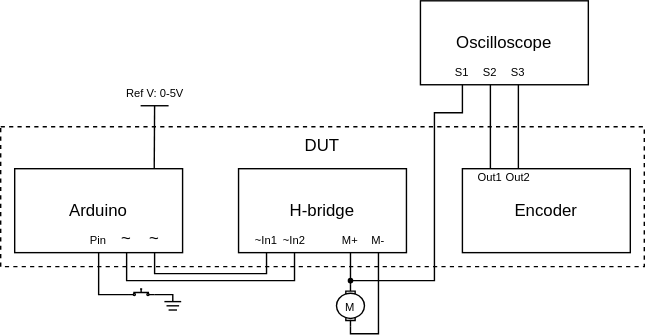
Before: gitfigures/appendix/control_tests/feedback_test/feedback_test_setup.drawio.svg, a diagram exported from draw.io (Niclasapdk/esd5_project). Source tidied: cells renumbered, new cells last; positions are measured from the earlier drawing's top-left corner, leaving out a move shared by most shapes.
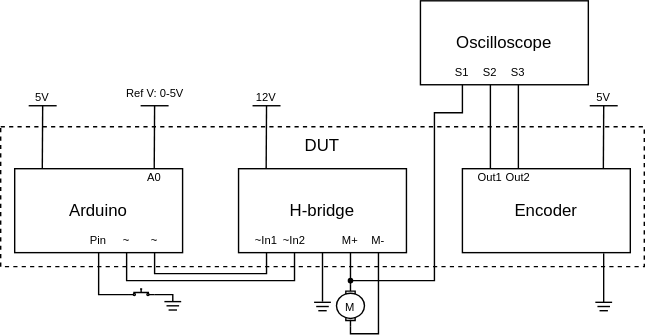
The same diagram one commit later.

What changed in the source:
```diff
@@ -5,6 +5,11 @@
     <mxCell id="2" value="DUT" style="rounded=0;whiteSpace=wrap;html=1;strokeColor=default;dashed=1;verticalAlign=top;" parent="1" vertex="1">
       <mxGeometry y="90" width="460" height="100" as="geometry" />
     </mxCell>
+    <mxCell id="38" style="edgeStyle=orthogonalEdgeStyle;rounded=0;jettySize=auto;html=1;exitX=0.5;exitY=1;exitDx=0;exitDy=0;endArrow=none;endFill=0;" parent="1" edge="1" source="9">
+      <mxGeometry relative="1" as="geometry">
+        <mxPoint x="230" y="215" as="targetPoint" />
+      </mxGeometry>
+    </mxCell>
     <mxCell id="3" style="edgeStyle=orthogonalEdgeStyle;rounded=0;jettySize=auto;html=1;exitX=0.5;exitY=1;exitDx=0;exitDy=0;entryX=0.5;entryY=1;entryDx=0;entryDy=0;endArrow=none;endFill=0;" parent="1" edge="1" source="18" target="15">
       <mxGeometry relative="1" as="geometry">
         <Array as="points">
@@ -61,10 +66,10 @@
     <mxCell id="13" value="Oscilloscope" style="rounded=0;whiteSpace=wrap;html=1;" parent="1" vertex="1">
       <mxGeometry x="300" width="120" height="60" as="geometry" />
     </mxCell>
-    <mxCell id="14" value="~" style="text;html=1;align=center;verticalAlign=middle;whiteSpace=wrap;rounded=0;" parent="1" vertex="1">
+    <mxCell id="14" value="&lt;font style=&quot;font-size: 8px;&quot;&gt;~&lt;/font&gt;" style="text;html=1;align=center;verticalAlign=middle;whiteSpace=wrap;rounded=0;" parent="1" vertex="1">
       <mxGeometry x="100" y="165" width="20" height="10" as="geometry" />
     </mxCell>
-    <mxCell id="15" value="~" style="text;html=1;align=center;verticalAlign=middle;whiteSpace=wrap;rounded=0;" parent="1" vertex="1">
+    <mxCell id="15" value="&lt;font style=&quot;font-size: 8px;&quot;&gt;~&lt;/font&gt;" style="text;html=1;align=center;verticalAlign=middle;whiteSpace=wrap;rounded=0;" parent="1" vertex="1">
       <mxGeometry x="80" y="165" width="20" height="10" as="geometry" />
     </mxCell>
     <mxCell id="16" value="&lt;font style=&quot;font-size: 8px;&quot;&gt;Pin&lt;/font&gt;" style="text;html=1;align=center;verticalAlign=middle;whiteSpace=wrap;rounded=0;" parent="1" vertex="1">
@@ -154,5 +159,101 @@
     <mxCell id="37" value="&lt;font style=&quot;font-size: 8px;&quot;&gt;Ref V: 0-5V&lt;/font&gt;" style="text;html=1;align=center;verticalAlign=middle;whiteSpace=wrap;rounded=0;" parent="1" vertex="1">
       <mxGeometry x="72.5" y="55" width="75" height="20" as="geometry" />
     </mxCell>
+    <mxCell id="39" value="&lt;font style=&quot;font-size: 8px;&quot;&gt;A0&lt;/font&gt;" style="text;html=1;align=center;verticalAlign=middle;whiteSpace=wrap;rounded=0;" parent="1" vertex="1">
+      <mxGeometry x="100" y="120" width="20" height="10" as="geometry" />
+    </mxCell>
+    <mxCell id="40" style="endArrow=none;html=1;rounded=0;" parent="1" edge="1">
+      <mxGeometry relative="1" as="geometry">
+        <mxPoint x="29.7" y="120" as="sourcePoint" />
+        <mxPoint x="30" y="75" as="targetPoint" />
+      </mxGeometry>
+    </mxCell>
+    <mxCell id="41" style="endArrow=none;html=1;rounded=0;" parent="1" edge="1">
+      <mxGeometry relative="1" as="geometry">
+        <mxPoint x="20" y="75" as="sourcePoint" />
+        <mxPoint x="40" y="75" as="targetPoint" />
+      </mxGeometry>
+    </mxCell>
+    <mxCell id="42" value="&lt;font style=&quot;font-size: 8px;&quot;&gt;5V&lt;/font&gt;" style="text;html=1;align=center;verticalAlign=middle;whiteSpace=wrap;rounded=0;" parent="1" vertex="1">
+      <mxGeometry x="10" y="60" width="40" height="15" as="geometry" />
+    </mxCell>
+    <mxCell id="43" style="endArrow=none;html=1;rounded=0;" parent="1" edge="1">
+      <mxGeometry relative="1" as="geometry">
+        <mxPoint x="189.7" y="120" as="sourcePoint" />
+        <mxPoint x="190" y="75" as="targetPoint" />
+      </mxGeometry>
+    </mxCell>
+    <mxCell id="44" style="endArrow=none;html=1;rounded=0;" parent="1" edge="1">
+      <mxGeometry relative="1" as="geometry">
+        <mxPoint x="180" y="75" as="sourcePoint" />
+        <mxPoint x="200" y="75" as="targetPoint" />
+      </mxGeometry>
+    </mxCell>
+    <mxCell id="45" style="group;" parent="1" vertex="1">
+      <mxGeometry x="224" y="215.5" width="12" height="6" as="geometry" />
+    </mxCell>
+    <mxCell id="46" style="endArrow=none;html=1;rounded=0;" parent="45" edge="1">
+      <mxGeometry relative="1" as="geometry">
+        <mxPoint as="sourcePoint" />
+        <mxPoint x="12" as="targetPoint" />
+      </mxGeometry>
+    </mxCell>
+    <mxCell id="47" style="endArrow=none;html=1;rounded=0;" parent="45" edge="1">
+      <mxGeometry relative="1" as="geometry">
+        <mxPoint x="1.5" y="3" as="sourcePoint" />
+        <mxPoint x="10.5" y="3" as="targetPoint" />
+      </mxGeometry>
+    </mxCell>
+    <mxCell id="48" style="endArrow=none;html=1;rounded=0;" parent="45" edge="1">
+      <mxGeometry relative="1" as="geometry">
+        <mxPoint x="3" y="6" as="sourcePoint" />
+        <mxPoint x="9" y="6" as="targetPoint" />
+      </mxGeometry>
+    </mxCell>
+    <mxCell id="49" style="edgeStyle=orthogonalEdgeStyle;rounded=0;orthogonalLoop=1;jettySize=auto;html=1;exitX=0.5;exitY=1;exitDx=0;exitDy=0;endArrow=none;endFill=0;" parent="1" edge="1">
+      <mxGeometry relative="1" as="geometry">
+        <mxPoint x="431" y="180.5" as="sourcePoint" />
+        <mxPoint x="431" y="215.5" as="targetPoint" />
+      </mxGeometry>
+    </mxCell>
+    <mxCell id="50" style="group;" parent="1" vertex="1">
+      <mxGeometry x="425" y="215.5" width="12" height="6" as="geometry" />
+    </mxCell>
+    <mxCell id="51" style="endArrow=none;html=1;rounded=0;" parent="50" edge="1">
+      <mxGeometry relative="1" as="geometry">
+        <mxPoint as="sourcePoint" />
+        <mxPoint x="12" as="targetPoint" />
+      </mxGeometry>
+    </mxCell>
+    <mxCell id="52" style="endArrow=none;html=1;rounded=0;" parent="50" edge="1">
+      <mxGeometry relative="1" as="geometry">
+        <mxPoint x="1.5" y="3" as="sourcePoint" />
+        <mxPoint x="10.5" y="3" as="targetPoint" />
+      </mxGeometry>
+    </mxCell>
+    <mxCell id="53" style="endArrow=none;html=1;rounded=0;" parent="50" edge="1">
+      <mxGeometry relative="1" as="geometry">
+        <mxPoint x="3" y="6" as="sourcePoint" />
+        <mxPoint x="9" y="6" as="targetPoint" />
+      </mxGeometry>
+    </mxCell>
+    <mxCell id="54" value="&lt;font style=&quot;font-size: 8px;&quot;&gt;12V&lt;/font&gt;" style="text;html=1;align=center;verticalAlign=middle;whiteSpace=wrap;rounded=0;" parent="1" vertex="1">
+      <mxGeometry x="170" y="60" width="40" height="15" as="geometry" />
+    </mxCell>
+    <mxCell id="55" style="endArrow=none;html=1;rounded=0;" parent="1" edge="1">
+      <mxGeometry relative="1" as="geometry">
+        <mxPoint x="430.7" y="120" as="sourcePoint" />
+        <mxPoint x="431" y="75" as="targetPoint" />
+      </mxGeometry>
+    </mxCell>
+    <mxCell id="56" style="endArrow=none;html=1;rounded=0;" parent="1" edge="1">
+      <mxGeometry relative="1" as="geometry">
+        <mxPoint x="421" y="75" as="sourcePoint" />
+        <mxPoint x="441" y="75" as="targetPoint" />
+      </mxGeometry>
+    </mxCell>
+    <mxCell id="57" value="&lt;font style=&quot;font-size: 8px;&quot;&gt;5&lt;/font&gt;&lt;font style=&quot;font-size: 8px;&quot;&gt;V&lt;/font&gt;" style="text;html=1;align=center;verticalAlign=middle;whiteSpace=wrap;rounded=0;" parent="1" vertex="1">
+      <mxGeometry x="411" y="60" width="40" height="15" as="geometry" />
+    </mxCell>
   </root>
 </mxGraphModel>
```
